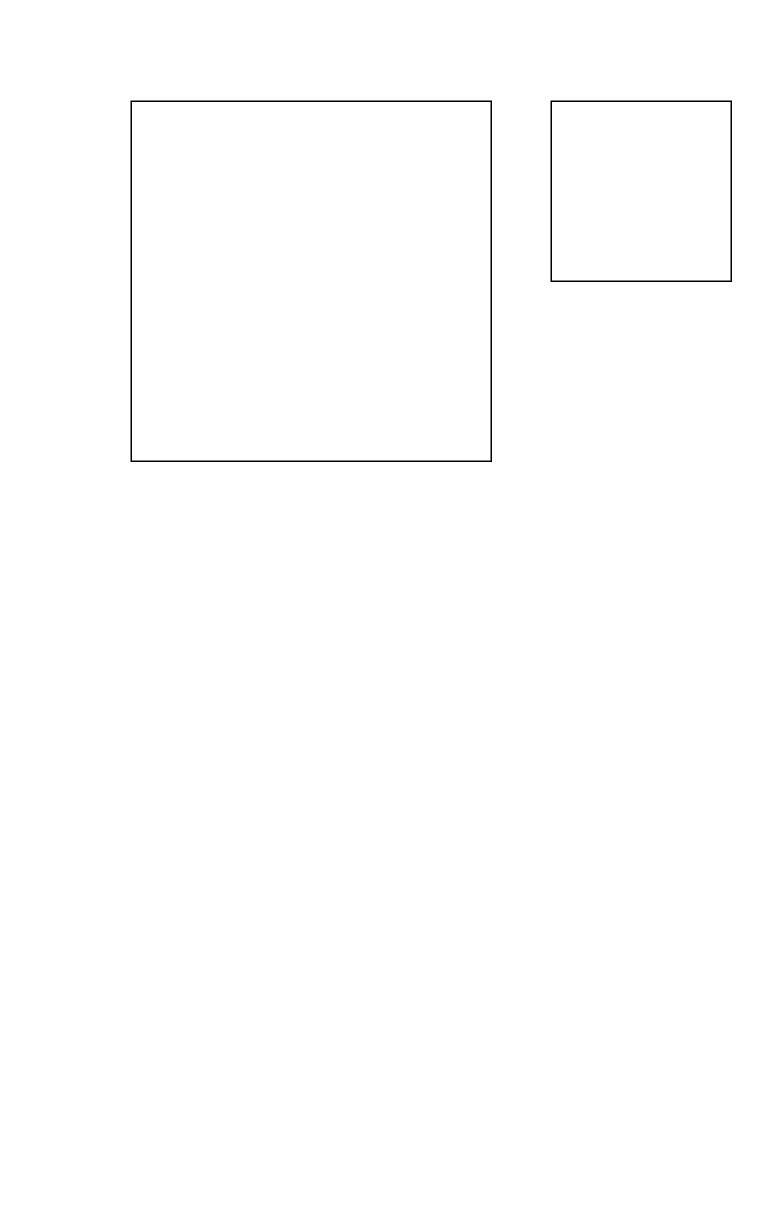
This is eemrio_structure.drawio from konstantinstadler/mrio_pres_util, a draw.io file, before an edit. Source tidied: cells renumbered, new cells numbered last; positions are measured from the earlier drawing's top-left corner, leaving out a move shared by most shapes. Both pictures are drawn from the tidied source at 150%, with x=0, y=0 at pixel (130, 100).
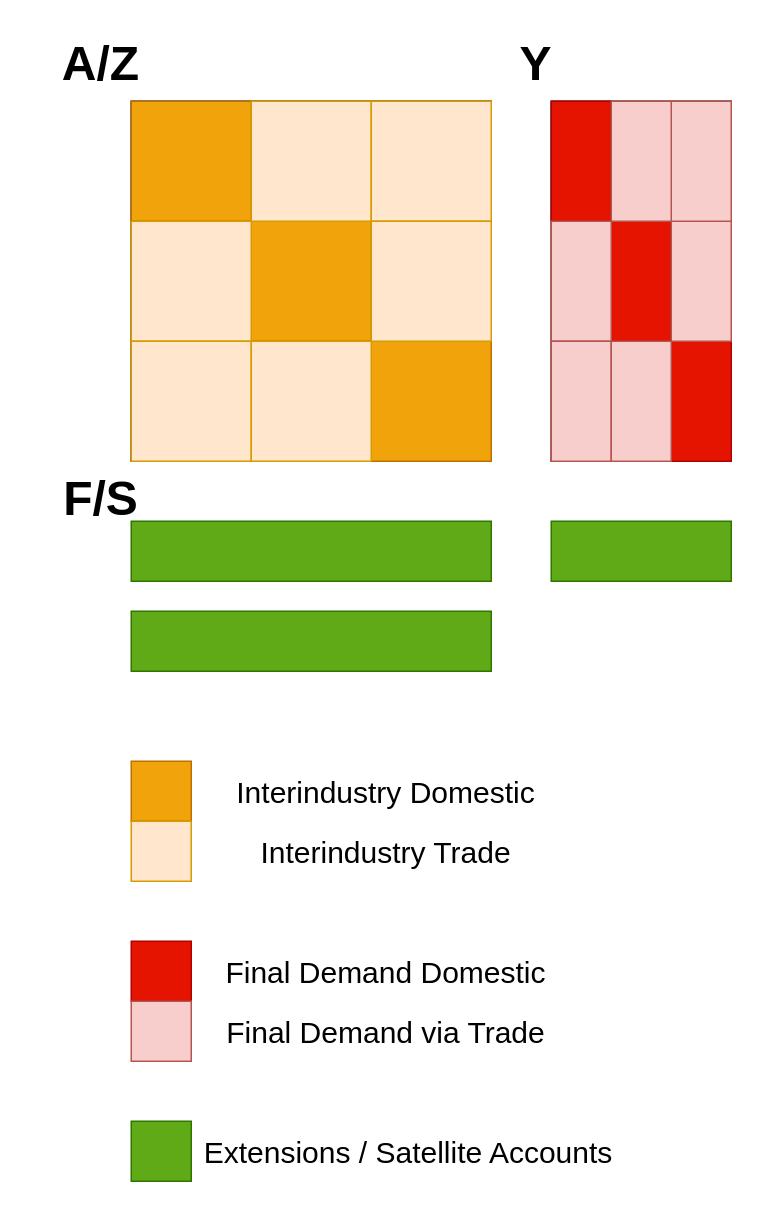
The same page after the edit.

Diff of the diagram source:
```diff
@@
-    <mxCell id="3" style="whiteSpace=wrap;html=1;" parent="1" vertex="1">
-      <mxGeometry x="280" width="120" height="120" as="geometry" />
-    </mxCell>
+    <mxCell id="4" style="rounded=0;whiteSpace=wrap;html=1;" parent="1" vertex="1">
+      <mxGeometry x="280" width="120" height="240" as="geometry" />
+    </mxCell>
+    <mxCell id="5" style="rounded=0;whiteSpace=wrap;html=1;fillColor=#60a917;fontColor=#ffffff;strokeColor=#2D7600;" parent="1" vertex="1">
+      <mxGeometry y="280" width="240" height="40" as="geometry" />
+    </mxCell>
+    <mxCell id="6" style="rounded=0;whiteSpace=wrap;html=1;fillColor=#60a917;fontColor=#ffffff;strokeColor=#2D7600;" parent="1" vertex="1">
+      <mxGeometry y="340" width="240" height="40" as="geometry" />
+    </mxCell>
+    <mxCell id="7" style="whiteSpace=wrap;html=1;fillColor=#f0a30a;strokeColor=#BD7000;fontColor=#000000;" parent="1" vertex="1">
+      <mxGeometry width="80" height="80" as="geometry" />
+    </mxCell>
+    <mxCell id="8" style="whiteSpace=wrap;html=1;fillColor=#f0a30a;strokeColor=#BD7000;fontColor=#000000;" parent="1" vertex="1">
+      <mxGeometry x="80" y="80" width="80" height="80" as="geometry" />
+    </mxCell>
+    <mxCell id="9" style="whiteSpace=wrap;html=1;fillColor=#f0a30a;strokeColor=#BD7000;fontColor=#000000;" parent="1" vertex="1">
+      <mxGeometry x="160" y="160" width="80" height="80" as="geometry" />
+    </mxCell>
+    <mxCell id="10" style="rounded=0;whiteSpace=wrap;html=1;fillColor=#e51400;fontColor=#ffffff;strokeColor=#B20000;" parent="1" vertex="1">
+      <mxGeometry x="280" width="40" height="80" as="geometry" />
+    </mxCell>
+    <mxCell id="11" style="whiteSpace=wrap;html=1;fillColor=#ffe6cc;strokeColor=#d79b00;" parent="1" vertex="1">
+      <mxGeometry x="80" width="80" height="80" as="geometry" />
+    </mxCell>
+    <mxCell id="12" style="whiteSpace=wrap;html=1;fillColor=#ffe6cc;strokeColor=#d79b00;" parent="1" vertex="1">
+      <mxGeometry x="160" width="80" height="80" as="geometry" />
+    </mxCell>
+    <mxCell id="13" style="whiteSpace=wrap;html=1;fillColor=#ffe6cc;strokeColor=#d79b00;" parent="1" vertex="1">
+      <mxGeometry x="160" y="80" width="80" height="80" as="geometry" />
+    </mxCell>
+    <mxCell id="14" style="whiteSpace=wrap;html=1;fillColor=#ffe6cc;strokeColor=#d79b00;" parent="1" vertex="1">
+      <mxGeometry y="80" width="80" height="80" as="geometry" />
+    </mxCell>
+    <mxCell id="15" style="whiteSpace=wrap;html=1;fillColor=#ffe6cc;strokeColor=#d79b00;" parent="1" vertex="1">
+      <mxGeometry y="160" width="80" height="80" as="geometry" />
+    </mxCell>
+    <mxCell id="16" style="whiteSpace=wrap;html=1;fillColor=#ffe6cc;strokeColor=#d79b00;" parent="1" vertex="1">
+      <mxGeometry x="80" y="160" width="80" height="80" as="geometry" />
+    </mxCell>
+    <mxCell id="17" style="rounded=0;whiteSpace=wrap;html=1;fillColor=#e51400;fontColor=#ffffff;strokeColor=#B20000;" parent="1" vertex="1">
+      <mxGeometry x="320" y="80" width="40" height="80" as="geometry" />
+    </mxCell>
+    <mxCell id="18" style="rounded=0;whiteSpace=wrap;html=1;fillColor=#e51400;fontColor=#ffffff;strokeColor=#B20000;" parent="1" vertex="1">
+      <mxGeometry x="360" y="160" width="40" height="80" as="geometry" />
+    </mxCell>
+    <mxCell id="19" style="rounded=0;whiteSpace=wrap;html=1;fillColor=#f8cecc;strokeColor=#b85450;" parent="1" vertex="1">
+      <mxGeometry x="360" y="80" width="40" height="80" as="geometry" />
+    </mxCell>
+    <mxCell id="20" style="rounded=0;whiteSpace=wrap;html=1;fillColor=#f8cecc;strokeColor=#b85450;" parent="1" vertex="1">
+      <mxGeometry x="360" width="40" height="80" as="geometry" />
+    </mxCell>
+    <mxCell id="21" style="rounded=0;whiteSpace=wrap;html=1;fillColor=#f8cecc;strokeColor=#b85450;" parent="1" vertex="1">
+      <mxGeometry x="320" width="40" height="80" as="geometry" />
+    </mxCell>
+    <mxCell id="22" style="rounded=0;whiteSpace=wrap;html=1;fillColor=#f8cecc;strokeColor=#b85450;" parent="1" vertex="1">
+      <mxGeometry x="280" y="80" width="40" height="80" as="geometry" />
+    </mxCell>
+    <mxCell id="23" style="rounded=0;whiteSpace=wrap;html=1;fillColor=#f8cecc;strokeColor=#b85450;" parent="1" vertex="1">
+      <mxGeometry x="280" y="160" width="40" height="80" as="geometry" />
+    </mxCell>
+    <mxCell id="24" style="rounded=0;whiteSpace=wrap;html=1;fillColor=#f8cecc;strokeColor=#b85450;" parent="1" vertex="1">
+      <mxGeometry x="320" y="160" width="40" height="80" as="geometry" />
+    </mxCell>
+    <mxCell id="25" style="whiteSpace=wrap;html=1;fillColor=#f0a30a;strokeColor=#BD7000;fontColor=#000000;" parent="1" vertex="1">
+      <mxGeometry y="440" width="40" height="40" as="geometry" />
+    </mxCell>
+    <mxCell id="26" style="whiteSpace=wrap;html=1;fillColor=#ffe6cc;strokeColor=#d79b00;" parent="1" vertex="1">
+      <mxGeometry y="480" width="40" height="40" as="geometry" />
+    </mxCell>
+    <mxCell id="27" style="rounded=0;whiteSpace=wrap;html=1;fillColor=#e51400;fontColor=#ffffff;strokeColor=#B20000;" parent="1" vertex="1">
+      <mxGeometry y="560" width="40" height="40" as="geometry" />
+    </mxCell>
+    <mxCell id="28" style="rounded=0;whiteSpace=wrap;html=1;fillColor=#f8cecc;strokeColor=#b85450;" parent="1" vertex="1">
+      <mxGeometry y="600" width="40" height="40" as="geometry" />
+    </mxCell>
+    <mxCell id="29" style="rounded=0;whiteSpace=wrap;html=1;fillColor=#60a917;fontColor=#ffffff;strokeColor=#2D7600;" parent="1" vertex="1">
+      <mxGeometry y="680" width="40" height="40" as="geometry" />
+    </mxCell>
+    <mxCell id="30" value="Interindustry Domestic" style="text;html=1;strokeColor=none;fillColor=none;align=center;verticalAlign=middle;whiteSpace=wrap;rounded=0;fontSize=20;" parent="1" vertex="1">
+      <mxGeometry x="40" y="440" width="260" height="40" as="geometry" />
+    </mxCell>
+    <mxCell id="31" value="Interindustry Trade" style="text;html=1;strokeColor=none;fillColor=none;align=center;verticalAlign=middle;whiteSpace=wrap;rounded=0;fontSize=20;" parent="1" vertex="1">
+      <mxGeometry x="40" y="480" width="260" height="40" as="geometry" />
+    </mxCell>
+    <mxCell id="32" value="Final Demand Domestic" style="text;html=1;strokeColor=none;fillColor=none;align=center;verticalAlign=middle;whiteSpace=wrap;rounded=0;fontSize=20;" parent="1" vertex="1">
+      <mxGeometry x="40" y="560" width="260" height="40" as="geometry" />
+    </mxCell>
+    <mxCell id="33" value="Final Demand via Trade" style="text;html=1;strokeColor=none;fillColor=none;align=center;verticalAlign=middle;whiteSpace=wrap;rounded=0;fontSize=20;" parent="1" vertex="1">
+      <mxGeometry x="40" y="600" width="260" height="40" as="geometry" />
+    </mxCell>
+    <mxCell id="34" value="Extensions / Satellite Accounts" style="text;html=1;strokeColor=none;fillColor=none;align=center;verticalAlign=middle;whiteSpace=wrap;rounded=0;fontSize=20;" parent="1" vertex="1">
+      <mxGeometry x="40" y="680" width="290" height="40" as="geometry" />
+    </mxCell>
+    <mxCell id="35" style="rounded=0;whiteSpace=wrap;html=1;fillColor=#60a917;fontColor=#ffffff;strokeColor=#2D7600;" parent="1" vertex="1">
+      <mxGeometry x="280" y="280" width="120" height="40" as="geometry" />
+    </mxCell>
+    <mxCell id="36" value="&lt;font style=&quot;font-size: 32px;&quot;&gt;&lt;b&gt;Y&lt;/b&gt;&lt;/font&gt;" style="text;html=1;strokeColor=none;fillColor=none;align=center;verticalAlign=middle;whiteSpace=wrap;rounded=0;" parent="1" vertex="1">
+      <mxGeometry x="220" y="-50" width="100" height="50" as="geometry" />
+    </mxCell>
+    <mxCell id="37" value="&lt;font style=&quot;font-size: 32px;&quot;&gt;&lt;b&gt;A/Z&lt;/b&gt;&lt;/font&gt;" style="text;html=1;strokeColor=none;fillColor=none;align=center;verticalAlign=middle;whiteSpace=wrap;rounded=0;" parent="1" vertex="1">
+      <mxGeometry x="-70" y="-50" width="100" height="50" as="geometry" />
+    </mxCell>
+    <mxCell id="38" value="&lt;font style=&quot;font-size: 32px;&quot;&gt;&lt;b&gt;F/S&lt;/b&gt;&lt;/font&gt;" style="text;html=1;strokeColor=none;fillColor=none;align=center;verticalAlign=middle;whiteSpace=wrap;rounded=0;" parent="1" vertex="1">
+      <mxGeometry x="-70" y="240" width="100" height="50" as="geometry" />
+    </mxCell>
```
